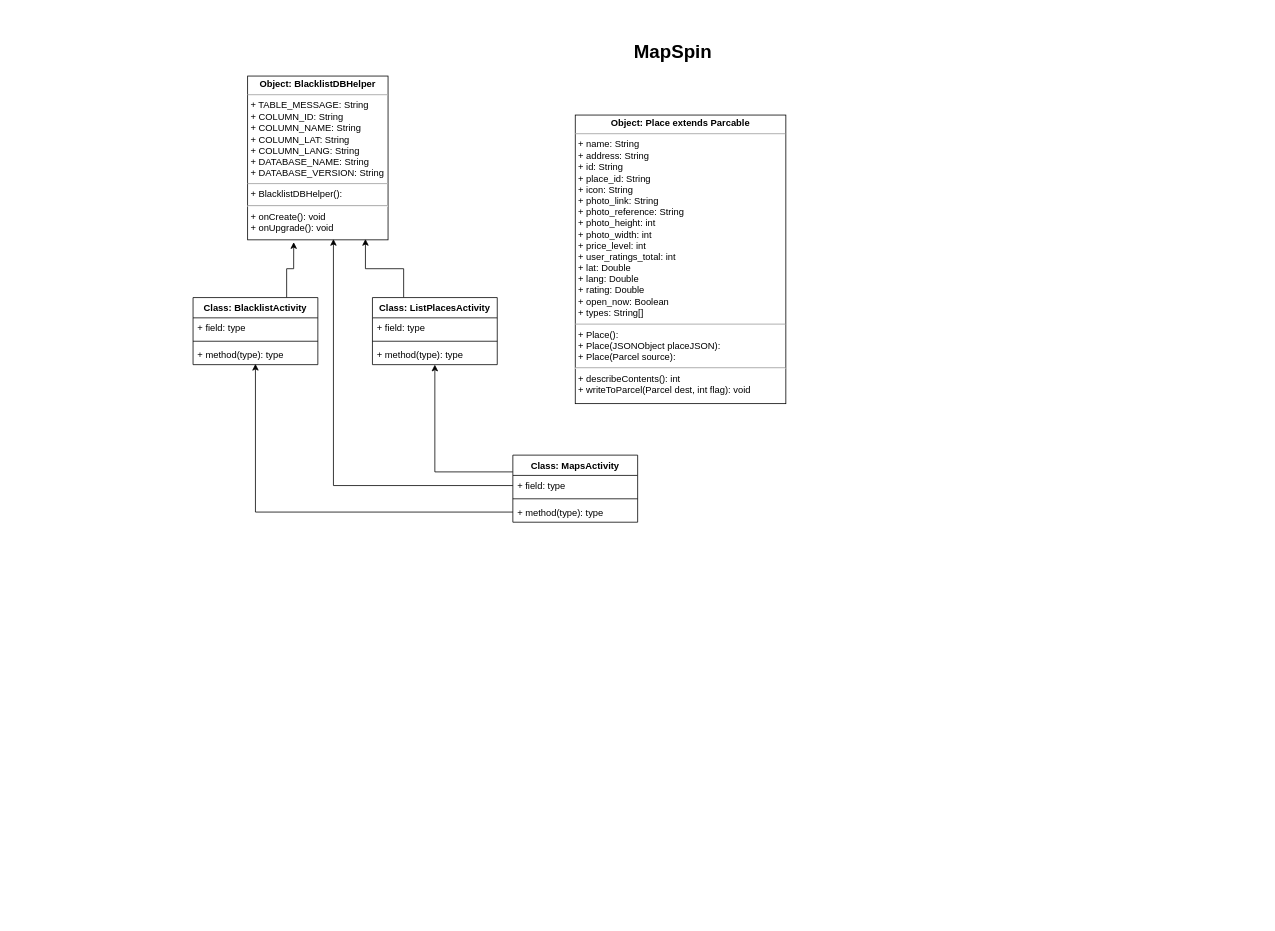
Above: Untitled Diagram.drawio in sphothitay/CP470UML (draw.io), before the change. Source tidied: cells renumbered, new cells numbered last; positions are measured from the earlier drawing's top-left corner, leaving out a move shared by most shapes. Both pictures are drawn from the tidied source at 78%, with x=0, y=0 at pixel (83, 37).
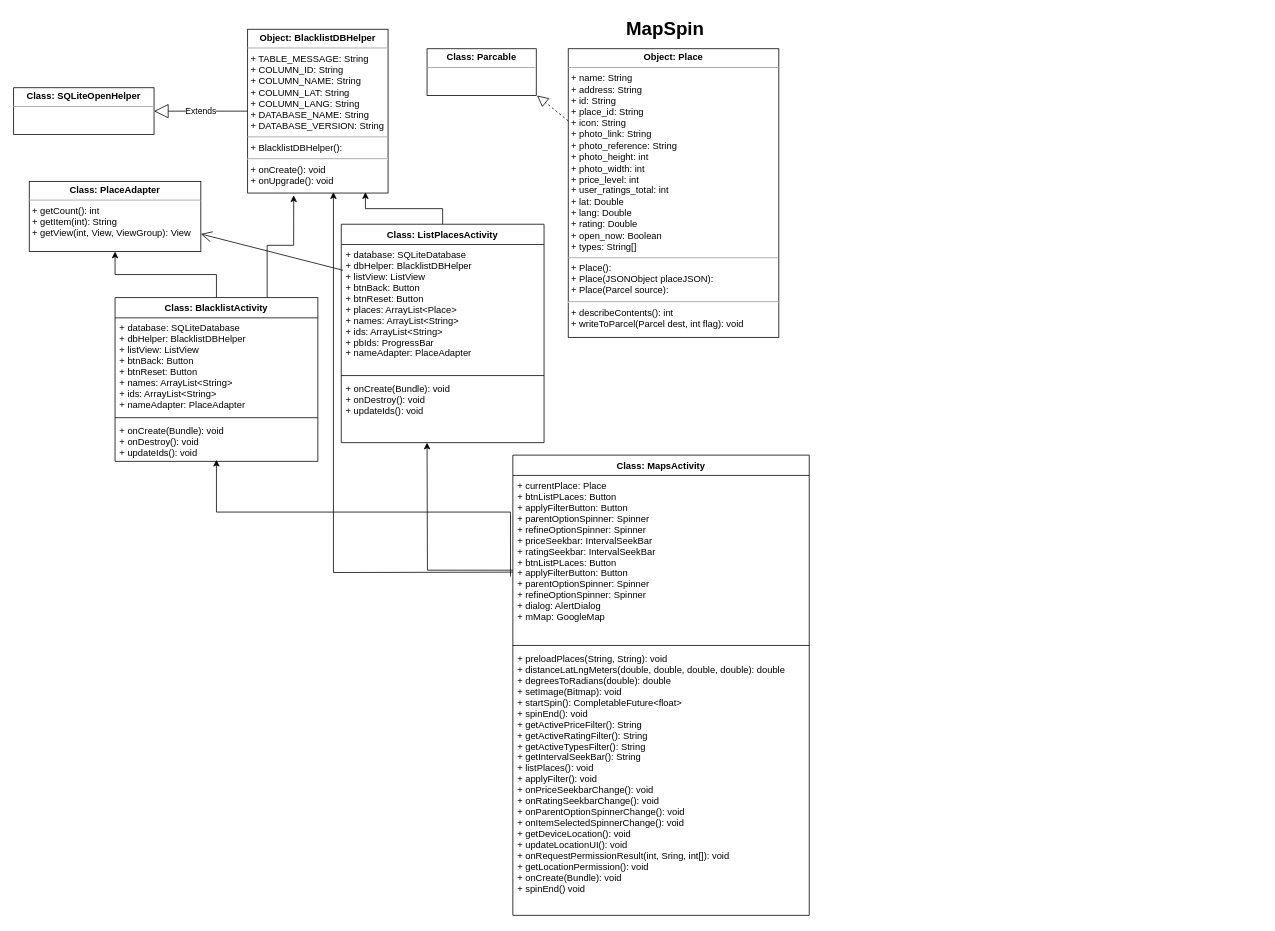
The same diagram, later.

What changed in the source:
```diff
@@
     <mxCell id="2" value="MapSpin" style="text;strokeColor=none;fillColor=none;html=1;fontSize=24;fontStyle=1;verticalAlign=middle;align=center;" parent="1" vertex="1">
-      <mxGeometry width="1510" height="40" as="geometry" />
+      <mxGeometry x="-10" y="-30" width="1510" height="40" as="geometry" />
     </mxCell>
-    <mxCell id="3" style="edgeStyle=orthogonalEdgeStyle;rounded=0;jettySize=auto;html=1;exitX=0;exitY=0.25;exitDx=0;exitDy=0;entryX=0.5;entryY=1;entryDx=0;entryDy=0;entryPerimeter=0;" parent="1" edge="1" source="4" target="13">
-      <mxGeometry relative="1" as="geometry" />
+    <mxCell id="3" style="edgeStyle=orthogonalEdgeStyle;rounded=0;jettySize=auto;html=1;exitX=0;exitY=0.25;exitDx=0;exitDy=0;" parent="1" edge="1" source="4">
+      <mxGeometry relative="1" as="geometry">
+        <mxPoint x="440" y="520" as="targetPoint" />
+      </mxGeometry>
     </mxCell>
     <mxCell id="4" value="Class: MapsActivity" style="swimlane;fontStyle=1;align=center;verticalAlign=top;horizontal=1;startSize=26;" parent="1" vertex="1">
-      <mxGeometry x="550" y="536" width="160" height="86" as="geometry" />
+      <mxGeometry x="550" y="536" width="380" height="590" as="geometry" />
     </mxCell>
-    <mxCell id="5" value="+ field: type" style="text;strokeColor=none;fillColor=none;align=left;verticalAlign=top;spacingLeft=4;spacingRight=4;overflow=hidden;points=[[0,0.5],[1,0.5]];portConstraint=eastwest;" parent="4" vertex="1">
-      <mxGeometry y="26" width="160" height="26" as="geometry" />
-    </mxCell>
+    <mxCell id="22" value="+ currentPlace: Place&#10;+ btnListPLaces: Button&#10;+ applyFilterButton: Button&#10;+ parentOptionSpinner: Spinner&#10;+ refineOptionSpinner: Spinner&#10;+ priceSeekbar: IntervalSeekBar&#10;+ ratingSeekbar: IntervalSeekBar&#10;+ btnListPLaces: Button&#10;+ applyFilterButton: Button&#10;+ parentOptionSpinner: Spinner&#10;+ refineOptionSpinner: Spinner&#10;+ dialog: AlertDialog&#10;+ mMap: GoogleMap" style="text;strokeColor=none;fillColor=none;align=left;verticalAlign=top;spacingLeft=4;spacingRight=4;overflow=hidden;points=[[0,0.5],[1,0.5]];portConstraint=eastwest;" parent="4" vertex="1">
+      <mxGeometry y="26" width="380" height="214" as="geometry" />
+    </mxCell>
     <mxCell id="6" style="line;strokeWidth=1;fillColor=none;align=left;verticalAlign=middle;spacingTop=-1;spacingLeft=3;spacingRight=3;labelPosition=right;" parent="4" vertex="1">
-      <mxGeometry y="52" width="160" height="8" as="geometry" />
+      <mxGeometry y="240" width="380" height="8" as="geometry" />
     </mxCell>
-    <mxCell id="7" value="+ method(type): type" style="text;strokeColor=none;fillColor=none;align=left;verticalAlign=top;spacingLeft=4;spacingRight=4;overflow=hidden;points=[[0,0.5],[1,0.5]];portConstraint=eastwest;" parent="4" vertex="1">
-      <mxGeometry y="60" width="160" height="26" as="geometry" />
+    <mxCell id="7" value="+ preloadPlaces(String, String): void&#10;+ distanceLatLngMeters(double, double, double, double): double&#10;+ degreesToRadians(double): double&#10;+ setImage(Bitmap): void&#10;+ startSpin(): CompletableFuture&lt;float&gt;&#10;+ spinEnd(): void&#10;+ getActivePriceFilter(): String&#10;+ getActiveRatingFilter(): String&#10;+ getActiveTypesFilter(): String&#10;+ getIntervalSeekBar(): String&#10;+ listPlaces(): void&#10;+ applyFilter(): void&#10;+ onPriceSeekbarChange(): void&#10;+ onRatingSeekbarChange(): void&#10;+ onParentOptionSpinnerChange(): void&#10;+ onItemSelectedSpinnerChange(): void&#10;+ getDeviceLocation(): void&#10;+ updateLocationUI(): void&#10;+ onRequestPermissionResult(int, Sring, int[]): void&#10;+ getLocationPermission(): void&#10;+ onCreate(Bundle): void&#10;+ spinEnd() void&#10;" style="text;strokeColor=none;fillColor=none;align=left;verticalAlign=top;spacingLeft=4;spacingRight=4;overflow=hidden;points=[[0,0.5],[1,0.5]];portConstraint=eastwest;" parent="4" vertex="1">
+      <mxGeometry y="248" width="380" height="342" as="geometry" />
     </mxCell>
     <mxCell id="8" value="&lt;p style=&quot;margin: 0px ; margin-top: 4px ; text-align: center&quot;&gt;&lt;b&gt;Object: BlacklistDBHelper&lt;/b&gt;&lt;/p&gt;&lt;hr size=&quot;1&quot;&gt;&lt;p style=&quot;margin: 0px ; margin-left: 4px&quot;&gt;+ TABLE_MESSAGE: String&lt;/p&gt;&lt;p style=&quot;margin: 0px ; margin-left: 4px&quot;&gt;+ COLUMN_ID: String&lt;br&gt;&lt;/p&gt;&lt;p style=&quot;margin: 0px ; margin-left: 4px&quot;&gt;+ COLUMN_NAME: String&lt;br&gt;&lt;/p&gt;&lt;p style=&quot;margin: 0px ; margin-left: 4px&quot;&gt;+ COLUMN_LAT: String&lt;br&gt;&lt;/p&gt;&lt;p style=&quot;margin: 0px ; margin-left: 4px&quot;&gt;+ COLUMN_LANG: String&lt;br&gt;&lt;/p&gt;&lt;p style=&quot;margin: 0px ; margin-left: 4px&quot;&gt;+ DATABASE_NAME: String&lt;br&gt;&lt;/p&gt;&lt;p style=&quot;margin: 0px ; margin-left: 4px&quot;&gt;+ DATABASE_VERSION: String&lt;br&gt;&lt;/p&gt;&lt;hr size=&quot;1&quot;&gt;&lt;p style=&quot;margin: 0px ; margin-left: 4px&quot;&gt;+ BlacklistDBHelper():&lt;br&gt;&lt;/p&gt;&lt;hr id=&quot;null&quot;&gt;&lt;p style=&quot;margin: 0px ; margin-left: 4px&quot;&gt;+ onCreate(): void&lt;/p&gt;&lt;p style=&quot;margin: 0px ; margin-left: 4px&quot;&gt;+ onUpgrade(): void&lt;br&gt;&lt;/p&gt;&lt;p style=&quot;margin: 0px ; margin-left: 4px&quot;&gt;&lt;br&gt;&lt;/p&gt;&lt;p style=&quot;margin: 0px ; margin-left: 4px&quot;&gt;&lt;br&gt;&lt;/p&gt;" style="verticalAlign=top;align=left;overflow=fill;fontSize=12;fontFamily=Helvetica;html=1;" parent="1" vertex="1">
-      <mxGeometry x="210" y="50" width="180" height="210" as="geometry" />
+      <mxGeometry x="210" y="-10" width="180" height="210" as="geometry" />
     </mxCell>
-    <mxCell id="9" style="edgeStyle=orthogonalEdgeStyle;rounded=0;jettySize=auto;html=1;exitX=0.25;exitY=0;exitDx=0;exitDy=0;entryX=0.839;entryY=0.995;entryDx=0;entryDy=0;entryPerimeter=0;" parent="1" edge="1" source="10" target="8">
+    <mxCell id="9" style="edgeStyle=orthogonalEdgeStyle;rounded=0;jettySize=auto;html=1;exitX=0.5;exitY=0;exitDx=0;exitDy=0;entryX=0.839;entryY=0.995;entryDx=0;entryDy=0;entryPerimeter=0;" parent="1" edge="1" source="10" target="8">
       <mxGeometry relative="1" as="geometry" />
     </mxCell>
-    <mxCell id="10" value="Class: ListPlacesActivity" style="swimlane;fontStyle=1;align=center;verticalAlign=top;horizontal=1;startSize=26;" parent="1" vertex="1">
-      <mxGeometry x="370" y="334" width="160" height="86" as="geometry" />
-    </mxCell>
-    <mxCell id="11" value="+ field: type" style="text;strokeColor=none;fillColor=none;align=left;verticalAlign=top;spacingLeft=4;spacingRight=4;overflow=hidden;" parent="10" vertex="1">
-      <mxGeometry y="26" width="160" height="26" as="geometry" />
-    </mxCell>
-    <mxCell id="12" style="line;strokeWidth=1;fillColor=none;align=left;verticalAlign=middle;spacingTop=-1;spacingLeft=3;spacingRight=3;labelPosition=right;" parent="10" vertex="1">
-      <mxGeometry y="52" width="160" height="8" as="geometry" />
-    </mxCell>
-    <mxCell id="13" value="+ method(type): type" style="text;strokeColor=none;fillColor=none;align=left;verticalAlign=top;spacingLeft=4;spacingRight=4;overflow=hidden;points=[[0,0.5],[1,0.5]];portConstraint=eastwest;" parent="10" vertex="1">
-      <mxGeometry y="60" width="160" height="26" as="geometry" />
-    </mxCell>
@@
+    <mxCell id="23" style="edgeStyle=orthogonalEdgeStyle;rounded=0;jettySize=auto;html=1;exitX=0.5;exitY=0;exitDx=0;exitDy=0;entryX=0.5;entryY=1;entryDx=0;entryDy=0;" parent="1" edge="1" source="15" target="31">
+      <mxGeometry relative="1" as="geometry" />
+    </mxCell>
     <mxCell id="15" value="Class: BlacklistActivity" style="swimlane;fontStyle=1;align=center;verticalAlign=top;horizontal=1;startSize=26;" parent="1" vertex="1">
-      <mxGeometry x="140" y="334" width="160" height="86" as="geometry" />
+      <mxGeometry x="40" y="334" width="260" height="210" as="geometry" />
     </mxCell>
-    <mxCell id="16" value="+ field: type" style="text;strokeColor=none;fillColor=none;align=left;verticalAlign=top;spacingLeft=4;spacingRight=4;overflow=hidden;" parent="15" vertex="1">
-      <mxGeometry y="26" width="160" height="26" as="geometry" />
+    <mxCell id="16" value="+ database: SQLiteDatabase&#10;+ dbHelper: BlacklistDBHelper&#10;+ listView: ListView&#10;+ btnBack: Button&#10;+ btnReset: Button&#10;+ names: ArrayList&lt;String&gt;&#10;+ ids: ArrayList&lt;String&gt;&#10;+ nameAdapter: PlaceAdapter" style="text;strokeColor=none;fillColor=none;align=left;verticalAlign=top;spacingLeft=4;spacingRight=4;overflow=hidden;" parent="15" vertex="1">
+      <mxGeometry y="26" width="260" height="124" as="geometry" />
     </mxCell>
     <mxCell id="17" style="line;strokeWidth=1;fillColor=none;align=left;verticalAlign=middle;spacingTop=-1;spacingLeft=3;spacingRight=3;labelPosition=right;" parent="15" vertex="1">
-      <mxGeometry y="52" width="160" height="8" as="geometry" />
+      <mxGeometry y="150" width="260" height="8" as="geometry" />
     </mxCell>
-    <mxCell id="18" value="+ method(type): type" style="text;strokeColor=none;fillColor=none;align=left;verticalAlign=top;spacingLeft=4;spacingRight=4;overflow=hidden;points=[[0,0.5],[1,0.5]];portConstraint=eastwest;" parent="15" vertex="1">
-      <mxGeometry y="60" width="160" height="26" as="geometry" />
+    <mxCell id="18" value="+ onCreate(Bundle): void&#10;+ onDestroy(): void&#10;+ updateIds(): void" style="text;strokeColor=none;fillColor=none;align=left;verticalAlign=top;spacingLeft=4;spacingRight=4;overflow=hidden;points=[[0,0.5],[1,0.5]];portConstraint=eastwest;" parent="15" vertex="1">
+      <mxGeometry y="158" width="260" height="52" as="geometry" />
     </mxCell>
-    <mxCell id="19" value="&lt;p style=&quot;margin: 0px ; margin-top: 4px ; text-align: center&quot;&gt;&lt;b&gt;Object: Place extends Parcable&lt;/b&gt;&lt;/p&gt;&lt;hr size=&quot;1&quot;&gt;&lt;p style=&quot;margin: 0px ; margin-left: 4px&quot;&gt;+ name: String&lt;/p&gt;&lt;p style=&quot;margin: 0px ; margin-left: 4px&quot;&gt;+ address: String&lt;br&gt;&lt;/p&gt;&lt;p style=&quot;margin: 0px ; margin-left: 4px&quot;&gt;+ id: String&lt;br&gt;&lt;/p&gt;&lt;p style=&quot;margin: 0px ; margin-left: 4px&quot;&gt;+ place_id: String&lt;br&gt;&lt;/p&gt;&lt;p style=&quot;margin: 0px ; margin-left: 4px&quot;&gt;+ icon: String&lt;br&gt;&lt;/p&gt;&lt;p style=&quot;margin: 0px ; margin-left: 4px&quot;&gt;+ photo_link: String&lt;br&gt;&lt;/p&gt;&lt;p style=&quot;margin: 0px ; margin-left: 4px&quot;&gt;+ photo_reference: String&lt;br&gt;&lt;/p&gt;&lt;p style=&quot;margin: 0px ; margin-left: 4px&quot;&gt;+ photo_height: int&lt;br&gt;&lt;/p&gt;&lt;p style=&quot;margin: 0px ; margin-left: 4px&quot;&gt;+ photo_width: int&lt;br&gt;&lt;/p&gt;&lt;p style=&quot;margin: 0px ; margin-left: 4px&quot;&gt;+ price_level: int&lt;br&gt;&lt;/p&gt;&lt;p style=&quot;margin: 0px ; margin-left: 4px&quot;&gt;+ user_ratings_total: int&lt;br&gt;&lt;/p&gt;&lt;p style=&quot;margin: 0px ; margin-left: 4px&quot;&gt;+ lat: Double&lt;br&gt;&lt;/p&gt;&lt;p style=&quot;margin: 0px ; margin-left: 4px&quot;&gt;+ lang: Double&lt;br&gt;&lt;/p&gt;&lt;p style=&quot;margin: 0px ; margin-left: 4px&quot;&gt;+ rating: Double&lt;br&gt;&lt;/p&gt;&lt;p style=&quot;margin: 0px ; margin-left: 4px&quot;&gt;+ open_now: Boolean&lt;br&gt;&lt;/p&gt;&lt;p style=&quot;margin: 0px ; margin-left: 4px&quot;&gt;+ types: String[]&lt;br&gt;&lt;/p&gt;&lt;hr size=&quot;1&quot;&gt;&lt;p style=&quot;margin: 0px ; margin-left: 4px&quot;&gt;+ Place():&lt;br&gt;&lt;/p&gt;&lt;p style=&quot;margin: 0px ; margin-left: 4px&quot;&gt;+ Place(JSONObject placeJSON):&lt;br&gt;&lt;/p&gt;&lt;p style=&quot;margin: 0px ; margin-left: 4px&quot;&gt;+ Place(Parcel source):&lt;br&gt;&lt;/p&gt;&lt;hr id=&quot;null&quot;&gt;&lt;p style=&quot;margin: 0px ; margin-left: 4px&quot;&gt;+ describeContents(): int&lt;/p&gt;&lt;p style=&quot;margin: 0px ; margin-left: 4px&quot;&gt;+ writeToParcel(Parcel dest, int flag): void&lt;/p&gt;&lt;p style=&quot;margin: 0px ; margin-left: 4px&quot;&gt;&lt;br&gt;&lt;/p&gt;&lt;p style=&quot;margin: 0px ; margin-left: 4px&quot;&gt;&lt;br&gt;&lt;/p&gt;" style="verticalAlign=top;align=left;overflow=fill;fontSize=12;fontFamily=Helvetica;html=1;" parent="1" vertex="1">
-      <mxGeometry x="630" y="100" width="270" height="370" as="geometry" />
+    <mxCell id="19" value="&lt;p style=&quot;margin: 0px ; margin-top: 4px ; text-align: center&quot;&gt;&lt;b&gt;Object: Place&lt;/b&gt;&lt;/p&gt;&lt;hr size=&quot;1&quot;&gt;&lt;p style=&quot;margin: 0px ; margin-left: 4px&quot;&gt;+ name: String&lt;/p&gt;&lt;p style=&quot;margin: 0px ; margin-left: 4px&quot;&gt;+ address: String&lt;br&gt;&lt;/p&gt;&lt;p style=&quot;margin: 0px ; margin-left: 4px&quot;&gt;+ id: String&lt;br&gt;&lt;/p&gt;&lt;p style=&quot;margin: 0px ; margin-left: 4px&quot;&gt;+ place_id: String&lt;br&gt;&lt;/p&gt;&lt;p style=&quot;margin: 0px ; margin-left: 4px&quot;&gt;+ icon: String&lt;br&gt;&lt;/p&gt;&lt;p style=&quot;margin: 0px ; margin-left: 4px&quot;&gt;+ photo_link: String&lt;br&gt;&lt;/p&gt;&lt;p style=&quot;margin: 0px ; margin-left: 4px&quot;&gt;+ photo_reference: String&lt;br&gt;&lt;/p&gt;&lt;p style=&quot;margin: 0px ; margin-left: 4px&quot;&gt;+ photo_height: int&lt;br&gt;&lt;/p&gt;&lt;p style=&quot;margin: 0px ; margin-left: 4px&quot;&gt;+ photo_width: int&lt;br&gt;&lt;/p&gt;&lt;p style=&quot;margin: 0px ; margin-left: 4px&quot;&gt;+ price_level: int&lt;br&gt;&lt;/p&gt;&lt;p style=&quot;margin: 0px ; margin-left: 4px&quot;&gt;+ user_ratings_total: int&lt;br&gt;&lt;/p&gt;&lt;p style=&quot;margin: 0px ; margin-left: 4px&quot;&gt;+ lat: Double&lt;br&gt;&lt;/p&gt;&lt;p style=&quot;margin: 0px ; margin-left: 4px&quot;&gt;+ lang: Double&lt;br&gt;&lt;/p&gt;&lt;p style=&quot;margin: 0px ; margin-left: 4px&quot;&gt;+ rating: Double&lt;br&gt;&lt;/p&gt;&lt;p style=&quot;margin: 0px ; margin-left: 4px&quot;&gt;+ open_now: Boolean&lt;br&gt;&lt;/p&gt;&lt;p style=&quot;margin: 0px ; margin-left: 4px&quot;&gt;+ types: String[]&lt;br&gt;&lt;/p&gt;&lt;hr size=&quot;1&quot;&gt;&lt;p style=&quot;margin: 0px ; margin-left: 4px&quot;&gt;+ Place():&lt;br&gt;&lt;/p&gt;&lt;p style=&quot;margin: 0px ; margin-left: 4px&quot;&gt;+ Place(JSONObject placeJSON):&lt;br&gt;&lt;/p&gt;&lt;p style=&quot;margin: 0px ; margin-left: 4px&quot;&gt;+ Place(Parcel source):&lt;br&gt;&lt;/p&gt;&lt;hr id=&quot;null&quot;&gt;&lt;p style=&quot;margin: 0px ; margin-left: 4px&quot;&gt;+ describeContents(): int&lt;/p&gt;&lt;p style=&quot;margin: 0px ; margin-left: 4px&quot;&gt;+ writeToParcel(Parcel dest, int flag): void&lt;/p&gt;&lt;p style=&quot;margin: 0px ; margin-left: 4px&quot;&gt;&lt;br&gt;&lt;/p&gt;&lt;p style=&quot;margin: 0px ; margin-left: 4px&quot;&gt;&lt;br&gt;&lt;/p&gt;" style="verticalAlign=top;align=left;overflow=fill;fontSize=12;fontFamily=Helvetica;html=1;" parent="1" vertex="1">
+      <mxGeometry x="621" y="15" width="270" height="370" as="geometry" />
     </mxCell>
-    <mxCell id="20" style="edgeStyle=orthogonalEdgeStyle;rounded=0;jettySize=auto;html=1;exitX=0;exitY=0.5;exitDx=0;exitDy=0;entryX=0.611;entryY=0.995;entryDx=0;entryDy=0;entryPerimeter=0;" parent="1" edge="1" source="5" target="8">
-      <mxGeometry relative="1" as="geometry" />
+    <mxCell id="20" style="edgeStyle=orthogonalEdgeStyle;rounded=0;jettySize=auto;html=1;exitX=0;exitY=0.5;exitDx=0;exitDy=0;entryX=0.611;entryY=0.995;entryDx=0;entryDy=0;entryPerimeter=0;" parent="1" edge="1" target="8">
+      <mxGeometry relative="1" as="geometry">
+        <mxPoint x="550" y="686" as="sourcePoint" />
+      </mxGeometry>
     </mxCell>
-    <mxCell id="21" style="edgeStyle=orthogonalEdgeStyle;rounded=0;jettySize=auto;html=1;entryX=0.5;entryY=0.962;entryDx=0;entryDy=0;entryPerimeter=0;" parent="1" edge="1" source="7" target="18">
-      <mxGeometry relative="1" as="geometry" />
+    <mxCell id="21" style="edgeStyle=orthogonalEdgeStyle;rounded=0;jettySize=auto;html=1;entryX=0.5;entryY=0.962;entryDx=0;entryDy=0;entryPerimeter=0;exitX=-0.008;exitY=0.606;exitDx=0;exitDy=0;exitPerimeter=0;" parent="1" edge="1" source="22" target="18">
+      <mxGeometry relative="1" as="geometry">
+        <Array as="points">
+          <mxPoint x="547" y="609" />
+          <mxPoint x="170" y="609" />
+        </Array>
+      </mxGeometry>
     </mxCell>
+    <mxCell id="10" value="Class: ListPlacesActivity" style="swimlane;fontStyle=1;align=center;verticalAlign=top;horizontal=1;startSize=26;" parent="1" vertex="1">
+      <mxGeometry x="330" y="240" width="260" height="280" as="geometry" />
+    </mxCell>
+    <mxCell id="24" value="+ database: SQLiteDatabase&#10;+ dbHelper: BlacklistDBHelper&#10;+ listView: ListView&#10;+ btnBack: Button&#10;+ btnReset: Button&#10;+ places: ArrayList&lt;Place&gt;&#10;+ names: ArrayList&lt;String&gt;&#10;+ ids: ArrayList&lt;String&gt;&#10;+ pbIds: ProgressBar&#10;+ nameAdapter: PlaceAdapter" style="text;strokeColor=none;fillColor=none;align=left;verticalAlign=top;spacingLeft=4;spacingRight=4;overflow=hidden;points=[[0,0.5],[1,0.5]];portConstraint=eastwest;" parent="10" vertex="1">
+      <mxGeometry y="26" width="260" height="164" as="geometry" />
+    </mxCell>
+    <mxCell id="25" style="line;strokeWidth=1;fillColor=none;align=left;verticalAlign=middle;spacingTop=-1;spacingLeft=3;spacingRight=3;labelPosition=right;" parent="10" vertex="1">
+      <mxGeometry y="190" width="260" height="8" as="geometry" />
+    </mxCell>
+    <mxCell id="26" value="+ onCreate(Bundle): void&#10;+ onDestroy(): void&#10;+ updateIds(): void" style="text;strokeColor=none;fillColor=none;align=left;verticalAlign=top;spacingLeft=4;spacingRight=4;overflow=hidden;" parent="10" vertex="1">
+      <mxGeometry y="198" width="260" height="82" as="geometry" />
+    </mxCell>
+    <mxCell id="27" value="&lt;p style=&quot;margin: 0px ; margin-top: 4px ; text-align: center&quot;&gt;&lt;b&gt;Class: Parcable&lt;/b&gt;&lt;/p&gt;&lt;hr size=&quot;1&quot;&gt;&lt;div style=&quot;height: 2px&quot;&gt;&lt;/div&gt;" style="verticalAlign=top;align=left;overflow=fill;fontSize=12;fontFamily=Helvetica;html=1;" parent="1" vertex="1">
+      <mxGeometry x="440" y="15" width="140" height="60" as="geometry" />
+    </mxCell>
+    <mxCell id="28" style="endArrow=block;dashed=1;endFill=0;endSize=12;html=1;entryX=1.007;entryY=1;entryDx=0;entryDy=0;exitX=0;exitY=0.25;exitDx=0;exitDy=0;entryPerimeter=0;" parent="1" edge="1" source="19" target="27">
+      <mxGeometry relative="1" as="geometry" />
+    </mxCell>
+    <mxCell id="29" value="&lt;p style=&quot;margin: 0px ; margin-top: 4px ; text-align: center&quot;&gt;&lt;b&gt;Class: SQLiteOpenHelper&lt;/b&gt;&lt;/p&gt;&lt;hr size=&quot;1&quot;&gt;&lt;div style=&quot;height: 2px&quot;&gt;&lt;/div&gt;" style="verticalAlign=top;align=left;overflow=fill;fontSize=12;fontFamily=Helvetica;html=1;" parent="1" vertex="1">
+      <mxGeometry x="-90" y="65" width="180" height="60" as="geometry" />
+    </mxCell>
+    <mxCell id="30" value="Extends" style="endArrow=block;endSize=16;endFill=0;html=1;entryX=1;entryY=0.5;entryDx=0;entryDy=0;exitX=0;exitY=0.5;exitDx=0;exitDy=0;" parent="1" edge="1" source="8" target="29">
+      <mxGeometry relative="1" as="geometry" />
+    </mxCell>
+    <mxCell id="31" value="&lt;p style=&quot;margin: 0px ; margin-top: 4px ; text-align: center&quot;&gt;&lt;b&gt;Class: PlaceAdapter&lt;/b&gt;&lt;/p&gt;&lt;hr size=&quot;1&quot;&gt;&lt;p style=&quot;margin: 0px ; margin-left: 4px&quot;&gt;&lt;/p&gt;&lt;p style=&quot;margin: 0px ; margin-left: 4px&quot;&gt;+ getCount(): int&lt;/p&gt;&lt;p style=&quot;margin: 0px ; margin-left: 4px&quot;&gt;+ getItem(int): String&lt;/p&gt;&lt;p style=&quot;margin: 0px ; margin-left: 4px&quot;&gt;+ getView(int, View, ViewGroup): View&lt;/p&gt;" style="verticalAlign=top;align=left;overflow=fill;fontSize=12;fontFamily=Helvetica;html=1;" parent="1" vertex="1">
+      <mxGeometry x="-70" y="185" width="220" height="90" as="geometry" />
+    </mxCell>
+    <mxCell id="32" style="endArrow=open;endFill=1;endSize=12;html=1;exitX=0.008;exitY=0.201;exitDx=0;exitDy=0;exitPerimeter=0;entryX=1;entryY=0.75;entryDx=0;entryDy=0;" parent="1" edge="1" source="24" target="31">
+      <mxGeometry relative="1" as="geometry" />
+    </mxCell>
```
